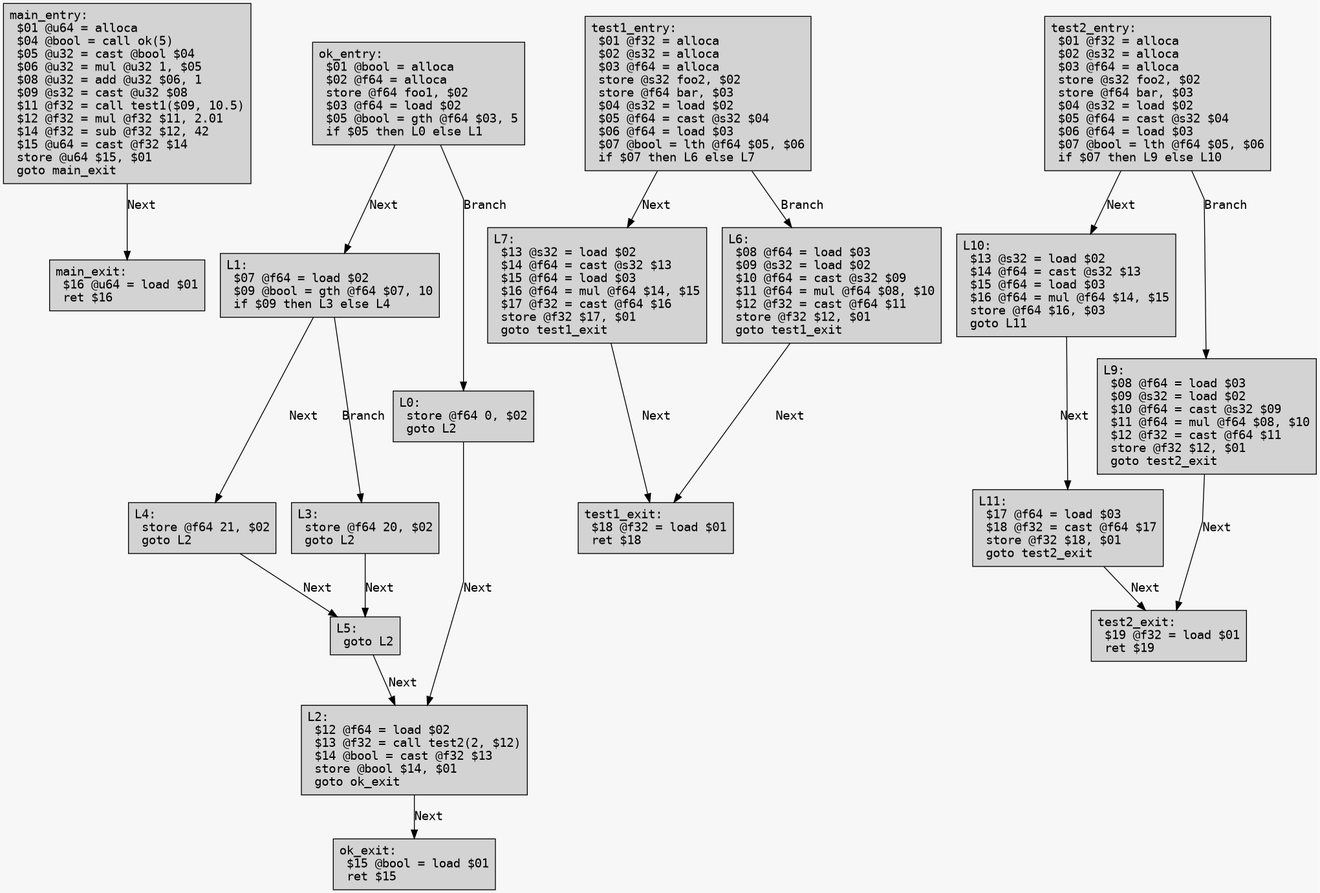
This is example/test_opt.png from Excse/arkoi_language, a Graphviz export, as it was before one commit. Its source is kept beside it as example/test_opt.dot.
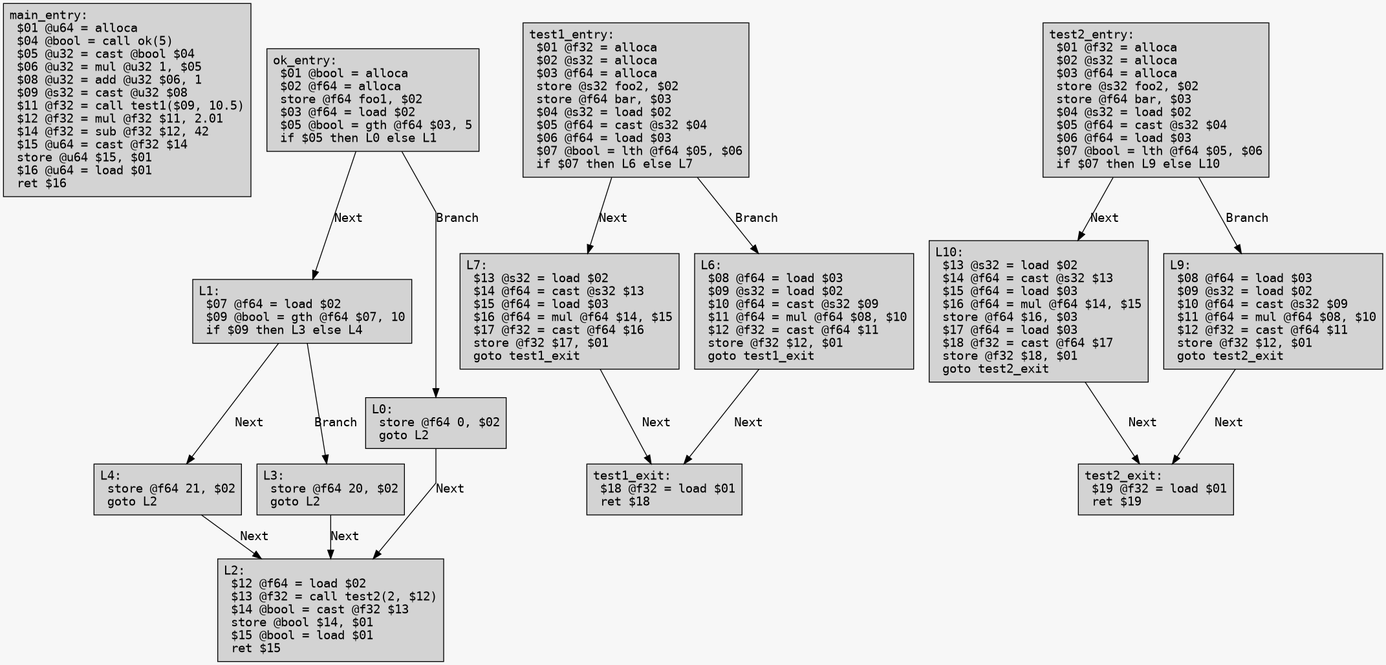
After the commit.

What changed in the source:
```diff
@@ -5,9 +5,7 @@
 	bgcolor = "#f7f7f7";
 	splines = false;
 
-	main_entry [label="main_entry:\l $01 @u64 = alloca\l $04 @bool = call ok(5)\l $05 @u32 = cast @bool $04\l $06 @u32 = mul @u32 1, $05\l $08 @u32 = add @u32 $06, 1\l $09 @s32 = cast @u32 $08\l $11 @f32 = call test1($09, 10.5)\l $12 @f32 = mul @f32 $11, 2.01\l $14 @f32 = sub @f32 $12, 42\l $15 @u64 = cast @f32 $14\l store @u64 $15, $01\l goto main_exit\l"];
-	main_entry -> main_exit [label="Next"];
-	main_exit [label="main_exit:\l $16 @u64 = load $01\l ret $16\l"];
+	main_entry [label="main_entry:\l $01 @u64 = alloca\l $04 @bool = call ok(5)\l $05 @u32 = cast @bool $04\l $06 @u32 = mul @u32 1, $05\l $08 @u32 = add @u32 $06, 1\l $09 @s32 = cast @u32 $08\l $11 @f32 = call test1($09, 10.5)\l $12 @f32 = mul @f32 $11, 2.01\l $14 @f32 = sub @f32 $12, 42\l $15 @u64 = cast @f32 $14\l store @u64 $15, $01\l $16 @u64 = load $01\l ret $16\l"];
 	ok_entry [label="ok_entry:\l $01 @bool = alloca\l $02 @f64 = alloca\l store @f64 foo1, $02\l $03 @f64 = load $02\l $05 @bool = gth @f64 $03, 5\l if $05 then L0 else L1\l"];
 	ok_entry -> L1 [label="Next"];
 	ok_entry -> L0 [label="Branch"];
@@ -15,16 +13,12 @@
 	L1 -> L4 [label="Next"];
 	L1 -> L3 [label="Branch"];
 	L4 [label="L4:\l store @f64 21, $02\l goto L2\l"];
-	L4 -> L5 [label="Next"];
-	L5 [label="L5:\l goto L2\l"];
-	L5 -> L2 [label="Next"];
-	L2 [label="L2:\l $12 @f64 = load $02\l $13 @f32 = call test2(2, $12)\l $14 @bool = cast @f32 $13\l store @bool $14, $01\l goto ok_exit\l"];
-	L2 -> ok_exit [label="Next"];
+	L4 -> L2 [label="Next"];
 	L3 [label="L3:\l store @f64 20, $02\l goto L2\l"];
-	L3 -> L5 [label="Next"];
+	L3 -> L2 [label="Next"];
 	L0 [label="L0:\l store @f64 0, $02\l goto L2\l"];
 	L0 -> L2 [label="Next"];
-	ok_exit [label="ok_exit:\l $15 @bool = load $01\l ret $15\l"];
+	L2 [label="L2:\l $12 @f64 = load $02\l $13 @f32 = call test2(2, $12)\l $14 @bool = cast @f32 $13\l store @bool $14, $01\l $15 @bool = load $01\l ret $15\l"];
 	test1_entry [label="test1_entry:\l $01 @f32 = alloca\l $02 @s32 = alloca\l $03 @f64 = alloca\l store @s32 foo2, $02\l store @f64 bar, $03\l $04 @s32 = load $02\l $05 @f64 = cast @s32 $04\l $06 @f64 = load $03\l $07 @bool = lth @f64 $05, $06\l if $07 then L6 else L7\l"];
 	test1_entry -> L7 [label="Next"];
 	test1_entry -> L6 [label="Branch"];
@@ -36,10 +30,8 @@
 	test2_entry [label="test2_entry:\l $01 @f32 = alloca\l $02 @s32 = alloca\l $03 @f64 = alloca\l store @s32 foo2, $02\l store @f64 bar, $03\l $04 @s32 = load $02\l $05 @f64 = cast @s32 $04\l $06 @f64 = load $03\l $07 @bool = lth @f64 $05, $06\l if $07 then L9 else L10\l"];
 	test2_entry -> L10 [label="Next"];
 	test2_entry -> L9 [label="Branch"];
-	L10 [label="L10:\l $13 @s32 = load $02\l $14 @f64 = cast @s32 $13\l $15 @f64 = load $03\l $16 @f64 = mul @f64 $14, $15\l store @f64 $16, $03\l goto L11\l"];
-	L10 -> L11 [label="Next"];
-	L11 [label="L11:\l $17 @f64 = load $03\l $18 @f32 = cast @f64 $17\l store @f32 $18, $01\l goto test2_exit\l"];
-	L11 -> test2_exit [label="Next"];
+	L10 [label="L10:\l $13 @s32 = load $02\l $14 @f64 = cast @s32 $13\l $15 @f64 = load $03\l $16 @f64 = mul @f64 $14, $15\l store @f64 $16, $03\l $17 @f64 = load $03\l $18 @f32 = cast @f64 $17\l store @f32 $18, $01\l goto test2_exit\l"];
+	L10 -> test2_exit [label="Next"];
 	L9 [label="L9:\l $08 @f64 = load $03\l $09 @s32 = load $02\l $10 @f64 = cast @s32 $09\l $11 @f64 = mul @f64 $08, $10\l $12 @f32 = cast @f64 $11\l store @f32 $12, $01\l goto test2_exit\l"];
 	L9 -> test2_exit [label="Next"];
 	test2_exit [label="test2_exit:\l $19 @f32 = load $01\l ret $19\l"];
```
